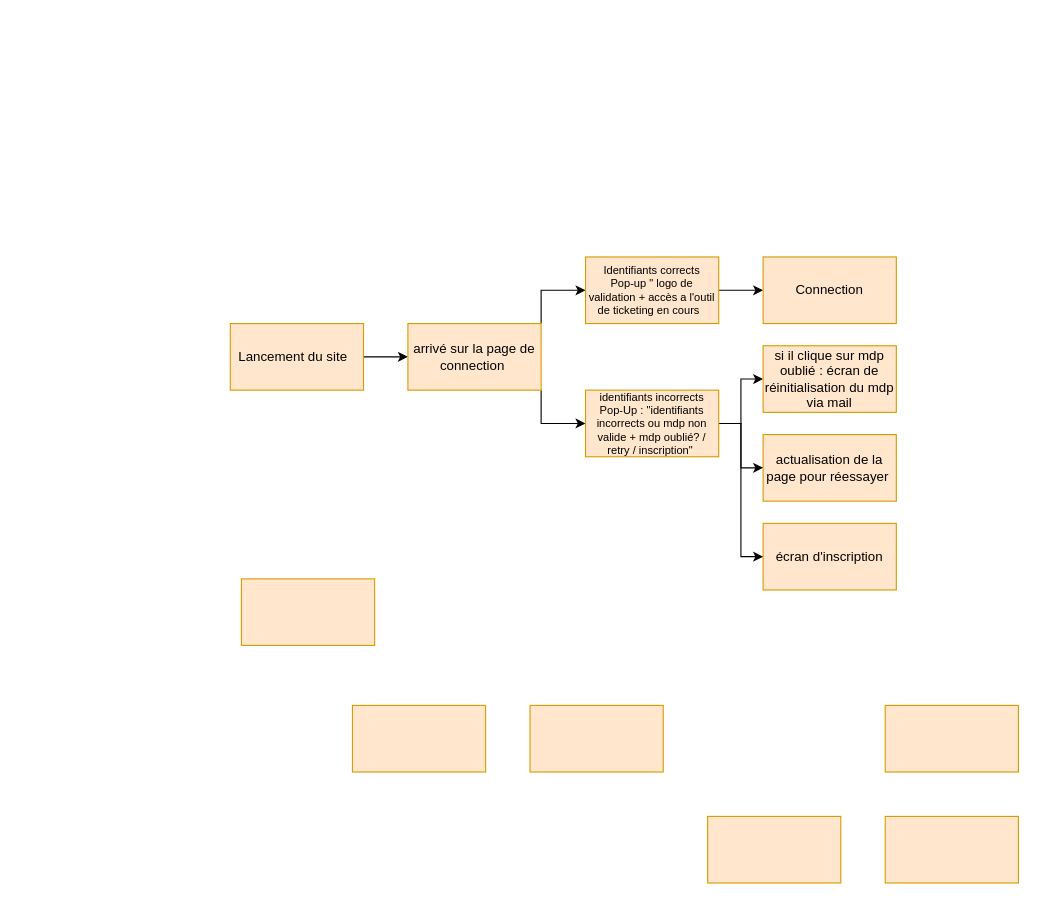
Above: Untitled Diagram.drawio in Shankss-c/GSB-ticketing (draw.io), before the change. Source tidied: cells renumbered, new cells numbered last; positions are measured from the earlier drawing's top-left corner, leaving out a move shared by most shapes. Both pictures are drawn from the tidied source at 111%, with x=0, y=0 at pixel (230, 256).
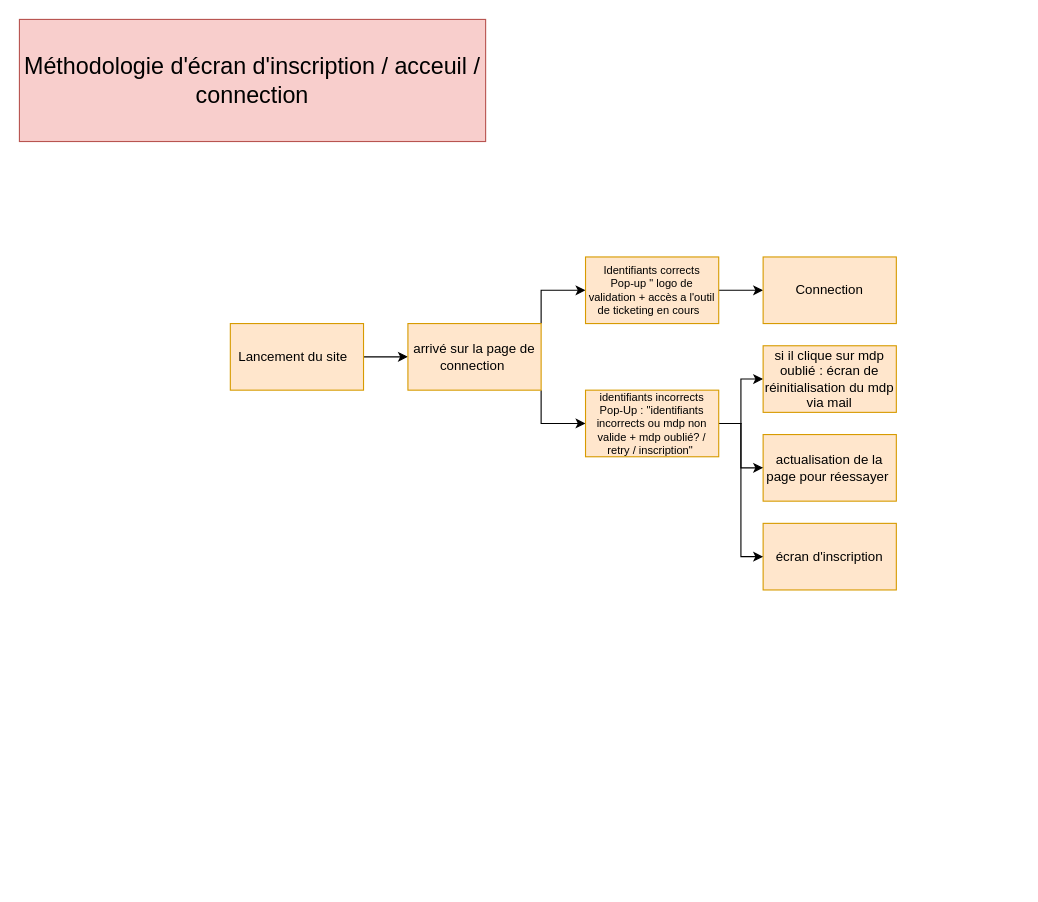
The same page after the edit.

Commit message:
méthodo initialisation des différentes pages d'acceuil

What changed in the source:
```diff
@@
-    <mxCell id="8" style="rounded=0;whiteSpace=wrap;html=1;fillColor=#ffe6cc;strokeColor=#d79b00;" parent="1" vertex="1">
-      <mxGeometry x="110" y="404" width="120" height="60" as="geometry" />
-    </mxCell>
-    <mxCell id="9" style="rounded=0;whiteSpace=wrap;html=1;fillColor=#ffe6cc;strokeColor=#d79b00;" parent="1" vertex="1">
-      <mxGeometry x="270" y="404" width="120" height="60" as="geometry" />
-    </mxCell>
@@
-    <mxCell id="11" style="rounded=0;whiteSpace=wrap;html=1;fillColor=#ffe6cc;strokeColor=#d79b00;" parent="1" vertex="1">
-      <mxGeometry x="590" y="404" width="120" height="60" as="geometry" />
-    </mxCell>
-    <mxCell id="12" style="rounded=0;whiteSpace=wrap;html=1;fillColor=#ffe6cc;strokeColor=#d79b00;" parent="1" vertex="1">
-      <mxGeometry x="10" y="290" width="120" height="60" as="geometry" />
-    </mxCell>
@@
-    <mxCell id="21" style="rounded=0;whiteSpace=wrap;html=1;fillColor=#ffe6cc;strokeColor=#d79b00;" parent="1" vertex="1">
-      <mxGeometry x="430" y="504" width="120" height="60" as="geometry" />
-    </mxCell>
-    <mxCell id="22" style="rounded=0;whiteSpace=wrap;html=1;fillColor=#ffe6cc;strokeColor=#d79b00;" parent="1" vertex="1">
-      <mxGeometry x="590" y="504" width="120" height="60" as="geometry" />
-    </mxCell>
+    <mxCell id="23" value="Méthodologie d'écran d'inscription / acceuil / connection" style="rounded=0;whiteSpace=wrap;html=1;fillColor=#f8cecc;strokeColor=#b85450;fontSize=21;" parent="1" vertex="1">
+      <mxGeometry x="-190" y="-214" width="420" height="110" as="geometry" />
+    </mxCell>
```
